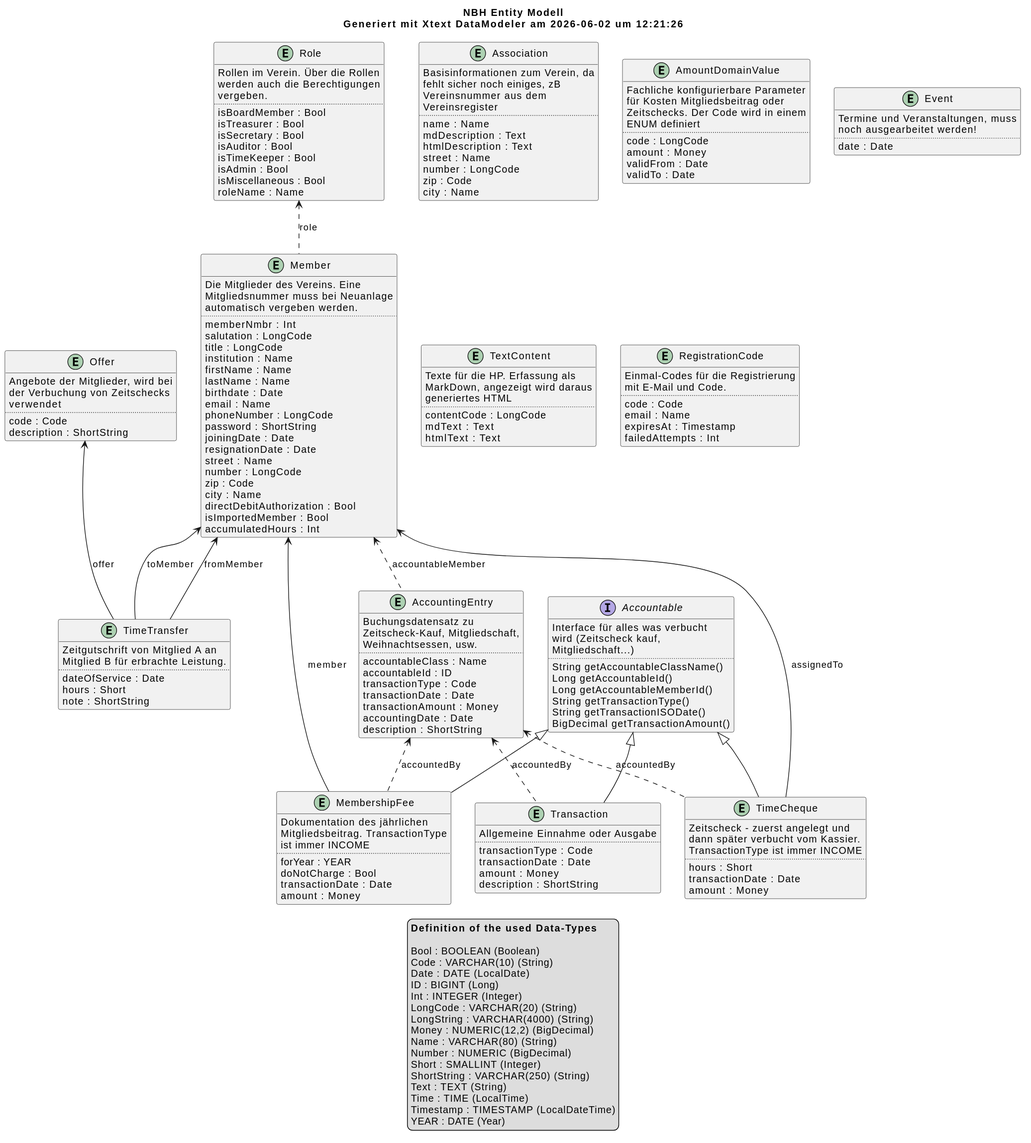
This is NBH/NBH Entity Model.svg from nabahilfe/NBHWebApp, a PlantUML export, as it was before one commit. Source of this version:
```plantuml
@startuml



title
NBH Entity Modell
Generiert mit Xtext DataModeler am 2026-06-02 um 12:21:26
endtitle

entity Association {
    Basisinformationen zum Verein, da
    fehlt sicher noch einiges, zB
    Vereinsnummer aus dem
    Vereinsregister
    ..
    {field} name : Name
    {field} mdDescription : Text
    {field} htmlDescription : Text
    {field} street : Name
    {field} number : LongCode
    {field} zip : Code
    {field} city : Name
}
entity Offer {
    Angebote der Mitglieder, wird bei
    der Verbuchung von Zeitschecks
    verwendet
    ..
    {field} code : Code
    {field} description : ShortString
}
entity Role {
    Rollen im Verein. Über die Rollen
    werden auch die Berechtigungen
    vergeben.
    ..
    {field} isBoardMember : Bool
    {field} isTreasurer : Bool
    {field} isSecretary : Bool
    {field} isAuditor : Bool
    {field} isTimeKeeper : Bool
    {field} isAdmin : Bool
    {field} isMiscellaneous : Bool
    {field} roleName : Name
}
entity AmountDomainValue {
    Fachliche konfigurierbare Parameter
    für Kosten Mitgliedsbeitrag oder
    Zeitschecks. Der Code wird in einem
    ENUM definiert
    ..
    {field} code : LongCode
    {field} amount : Money
    {field} validFrom : Date
    {field} validTo : Date
}
entity Event {
    Termine und Veranstaltungen, muss
    noch ausgearbeitet werden!
    ..
    {field} date : Date
}
entity TextContent {
    Texte für die HP. Erfassung als
    MarkDown, angezeigt wird daraus
    generiertes HTML
    ..
    {field} contentCode : LongCode
    {field} mdText : Text
    {field} htmlText : Text
}
entity RegistrationCode {
    Einmal-Codes für die Registrierung
    mit E-Mail und Code.
    ..
    {field} code : Code
    {field} email : Name
    {field} expiresAt : Timestamp
    {field} failedAttempts : Int
}
entity Member {
    Die Mitglieder des Vereins. Eine
    Mitgliedsnummer muss bei Neuanlage
    automatisch vergeben werden.
    ..
    {field} memberNmbr : Int
    {field} salutation : LongCode
    {field} title : LongCode
    {field} institution : Name
    {field} firstName : Name
    {field} lastName : Name
    {field} birthdate : Date
    {field} email : Name
    {field} phoneNumber : LongCode
    {field} password : ShortString
    {field} joiningDate : Date
    {field} resignationDate : Date
    {field} street : Name
    {field} number : LongCode
    {field} zip : Code
    {field} city : Name
    {field} directDebitAuthorization : Bool
    {field} isImportedMember : Bool
    {field} accumulatedHours : Int
}
entity MembershipFee {
    Dokumentation des jährlichen
    Mitgliedsbeitrag. TransactionType
    ist immer INCOME
    ..
    {field} forYear : YEAR
    {field} doNotCharge : Bool
    {field} transactionDate : Date
    {field} amount : Money
}
entity TimeTransfer {
    Zeitgutschrift von Mitglied A an
    Mitglied B für erbrachte Leistung.
    ..
    {field} dateOfService : Date
    {field} hours : Short
    {field} note : ShortString
}
entity TimeCheque {
    Zeitscheck - zuerst angelegt und
    dann später verbucht vom Kassier.
    TransactionType ist immer INCOME
    ..
    {field} hours : Short
    {field} transactionDate : Date
    {field} amount : Money
}
entity AccountingEntry {
    Buchungsdatensatz zu
    Zeitscheck-Kauf, Mitgliedschaft,
    Weihnachtsessen, usw.
    ..
    {field} accountableClass : Name
    {field} accountableId : ID
    {field} transactionType : Code
    {field} transactionDate : Date
    {field} transactionAmount : Money
    {field} accountingDate : Date
    {field} description : ShortString
}
entity Transaction {
    Allgemeine Einnahme oder Ausgabe
    ..
    {field} transactionType : Code
    {field} transactionDate : Date
    {field} amount : Money
    {field} description : ShortString
}

interface Accountable {
    Interface für alles was verbucht
    wird (Zeitscheck kauf,
    Mitgliedschaft...)
    ..
    {method} String getAccountableClassName()
    {method} Long getAccountableId()
    {method} Long getAccountableMemberId()
    {method} String getTransactionType()
    {method} String getTransactionISODate()
    {method} BigDecimal getTransactionAmount()
}

Member .up.> Role : role
MembershipFee -up-> Member : member
MembershipFee .up.> AccountingEntry : accountedBy
MembershipFee -up-|> Accountable
TimeTransfer -up-> Offer : offer
TimeTransfer -up-> Member : fromMember
TimeTransfer -up-> Member : toMember
TimeCheque -up-> Member : assignedTo
TimeCheque .up.> AccountingEntry : accountedBy
TimeCheque -up-|> Accountable
AccountingEntry .up.> Member : accountableMember
Transaction .up.> AccountingEntry : accountedBy
Transaction -up-|> Accountable



legend
**Definition of the used Data-Types**

Bool : BOOLEAN (Boolean)
Code : VARCHAR(10) (String)
Date : DATE (LocalDate)
ID : BIGINT (Long)
Int : INTEGER (Integer)
LongCode : VARCHAR(20) (String)
LongString : VARCHAR(4000) (String)
Money : NUMERIC(12,2) (BigDecimal)
Name : VARCHAR(80) (String)
Number : NUMERIC (BigDecimal)
Short : SMALLINT (Integer)
ShortString : VARCHAR(250) (String)
Text : TEXT (String)
Time : TIME (LocalTime)
Timestamp : TIMESTAMP (LocalDateTime)
YEAR : DATE (Year)
endlegend
@enduml
```
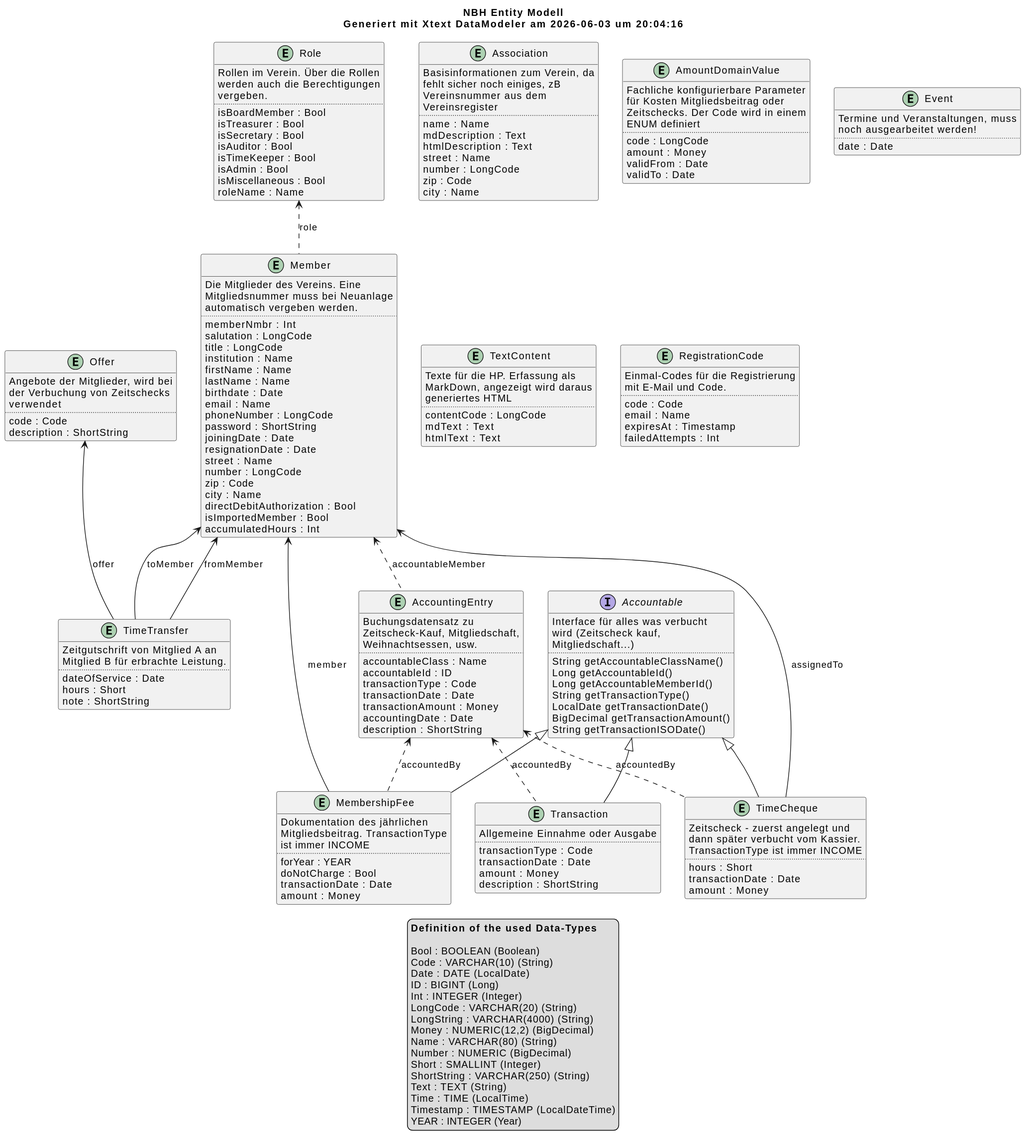
The same file after the commit.

Commit message:
update model diagram

Diff of the diagram source:
```diff
@@ -4,7 +4,7 @@
 
 title
 NBH Entity Modell
-Generiert mit Xtext DataModeler am 2026-06-02 um 12:21:26
+Generiert mit Xtext DataModeler am 2026-06-03 um 20:04:16
 endtitle
 
 entity Association {
@@ -161,8 +161,9 @@
     {method} Long getAccountableId()
     {method} Long getAccountableMemberId()
     {method} String getTransactionType()
+    {method} LocalDate getTransactionDate()
+    {method} BigDecimal getTransactionAmount()
     {method} String getTransactionISODate()
-    {method} BigDecimal getTransactionAmount()
 }
 
 Member .up.> Role : role
@@ -199,6 +200,6 @@
 Text : TEXT (String)
 Time : TIME (LocalTime)
 Timestamp : TIMESTAMP (LocalDateTime)
-YEAR : DATE (Year)
+YEAR : INTEGER (Year)
 endlegend
 @enduml
```
